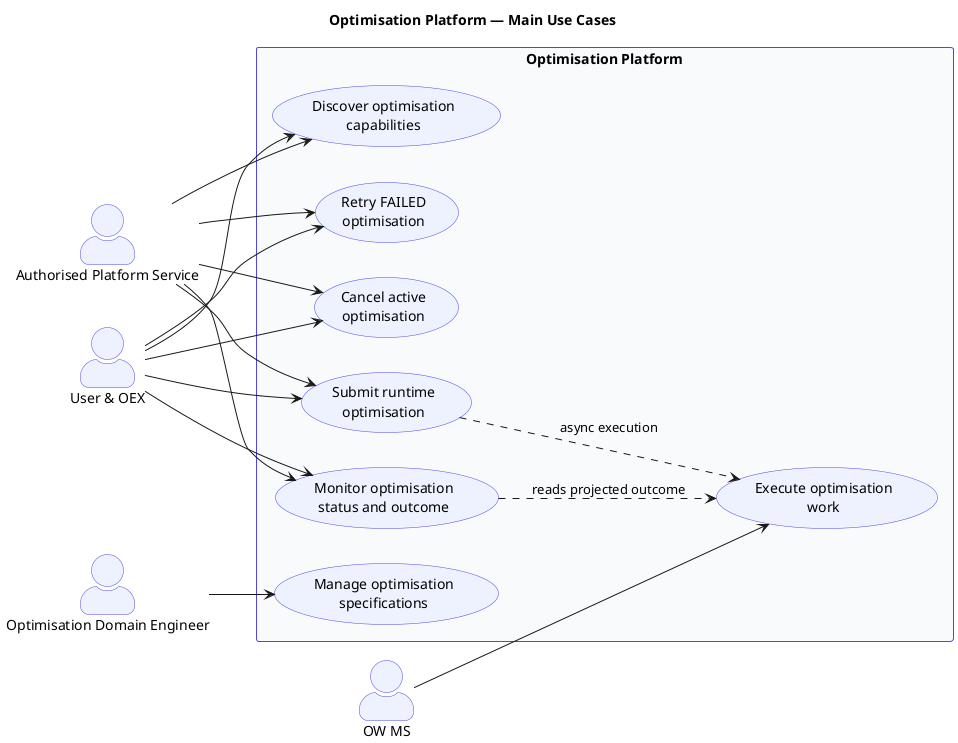
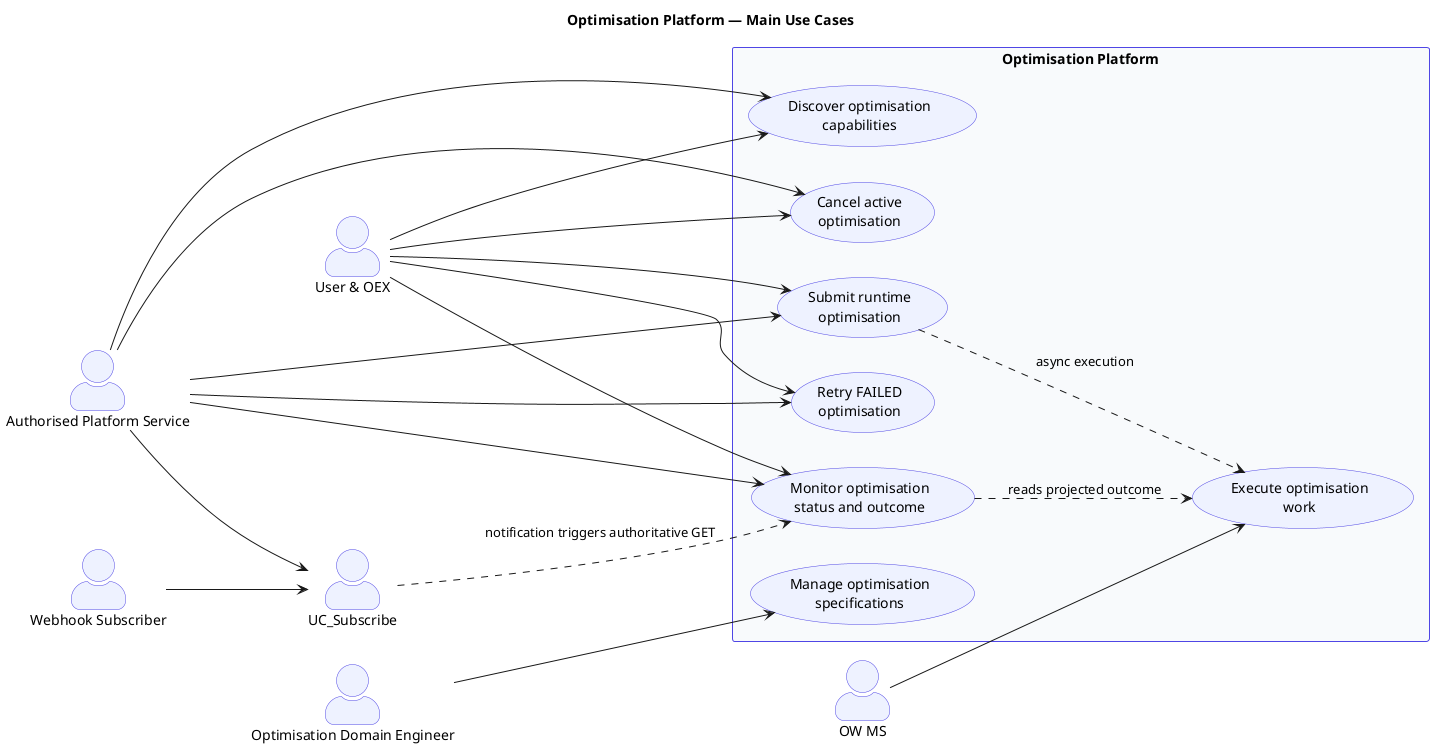
@startuml
title Optimisation Platform — Main Use Cases

left to right direction

skinparam packageStyle rectangle
skinparam actorStyle awesome
skinparam usecaseBorderColor #4F46E5
skinparam usecaseBackgroundColor #EEF2FF
skinparam actorBorderColor #4F46E5
skinparam actorBackgroundColor #EEF2FF
skinparam rectangleBorderColor #4F46E5
skinparam rectangleBackgroundColor #F8FAFC

actor "User & OEX" as UserOEX
actor "Authorised Platform Service" as PlatformService
+ actor "Webhook Subscriber" as Subscriber
actor "Optimisation Domain Engineer" as DomainEngineer
actor "OW MS" as Worker

rectangle "Optimisation Platform" {
  usecase "Discover optimisation\ncapabilities" as UC_Discover
  usecase "Manage optimisation\nspecifications" as UC_ManageSpecs
  usecase "Submit runtime\noptimisation" as UC_Submit
  usecase "Monitor optimisation\nstatus and outcome" as UC_Monitor
  usecase "Cancel active\noptimisation" as UC_Cancel
  usecase "Retry FAILED\noptimisation" as UC_Retry
  usecase "Execute optimisation\nwork" as UC_Execute
}

UserOEX --> UC_Discover
UserOEX --> UC_Submit
UserOEX --> UC_Monitor
UserOEX --> UC_Cancel
UserOEX --> UC_Retry

PlatformService --> UC_Discover
PlatformService --> UC_Submit
PlatformService --> UC_Monitor
PlatformService --> UC_Cancel
PlatformService --> UC_Retry
+ PlatformService --> UC_Subscribe
+ Subscriber --> UC_Subscribe

DomainEngineer --> UC_ManageSpecs

Worker --> UC_Execute

UC_Submit ..> UC_Execute : async execution
UC_Monitor ..> UC_Execute : reads projected outcome
+ UC_Subscribe ..> UC_Monitor : notification triggers authoritative GET

@enduml
